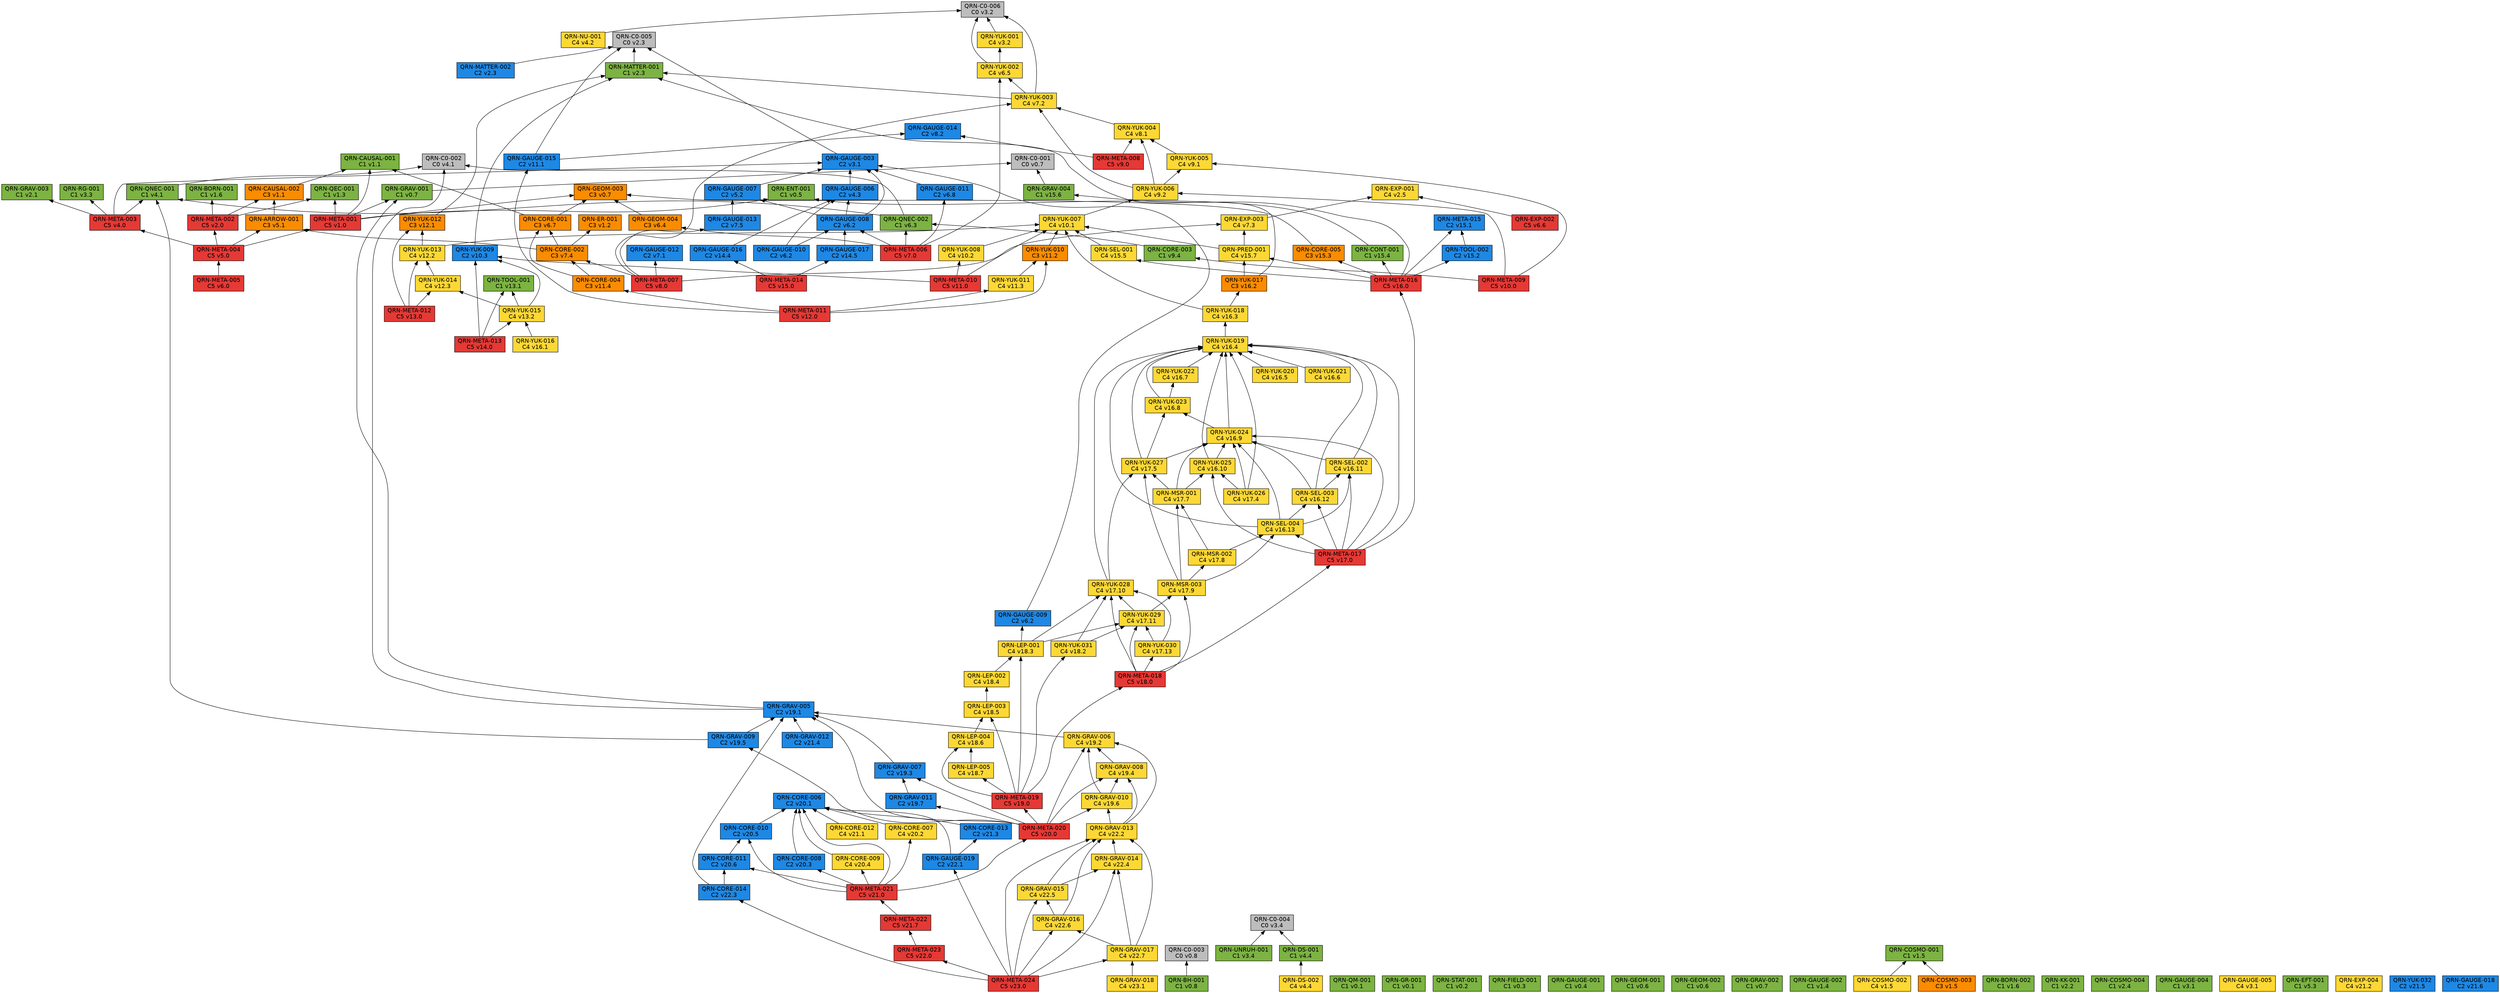
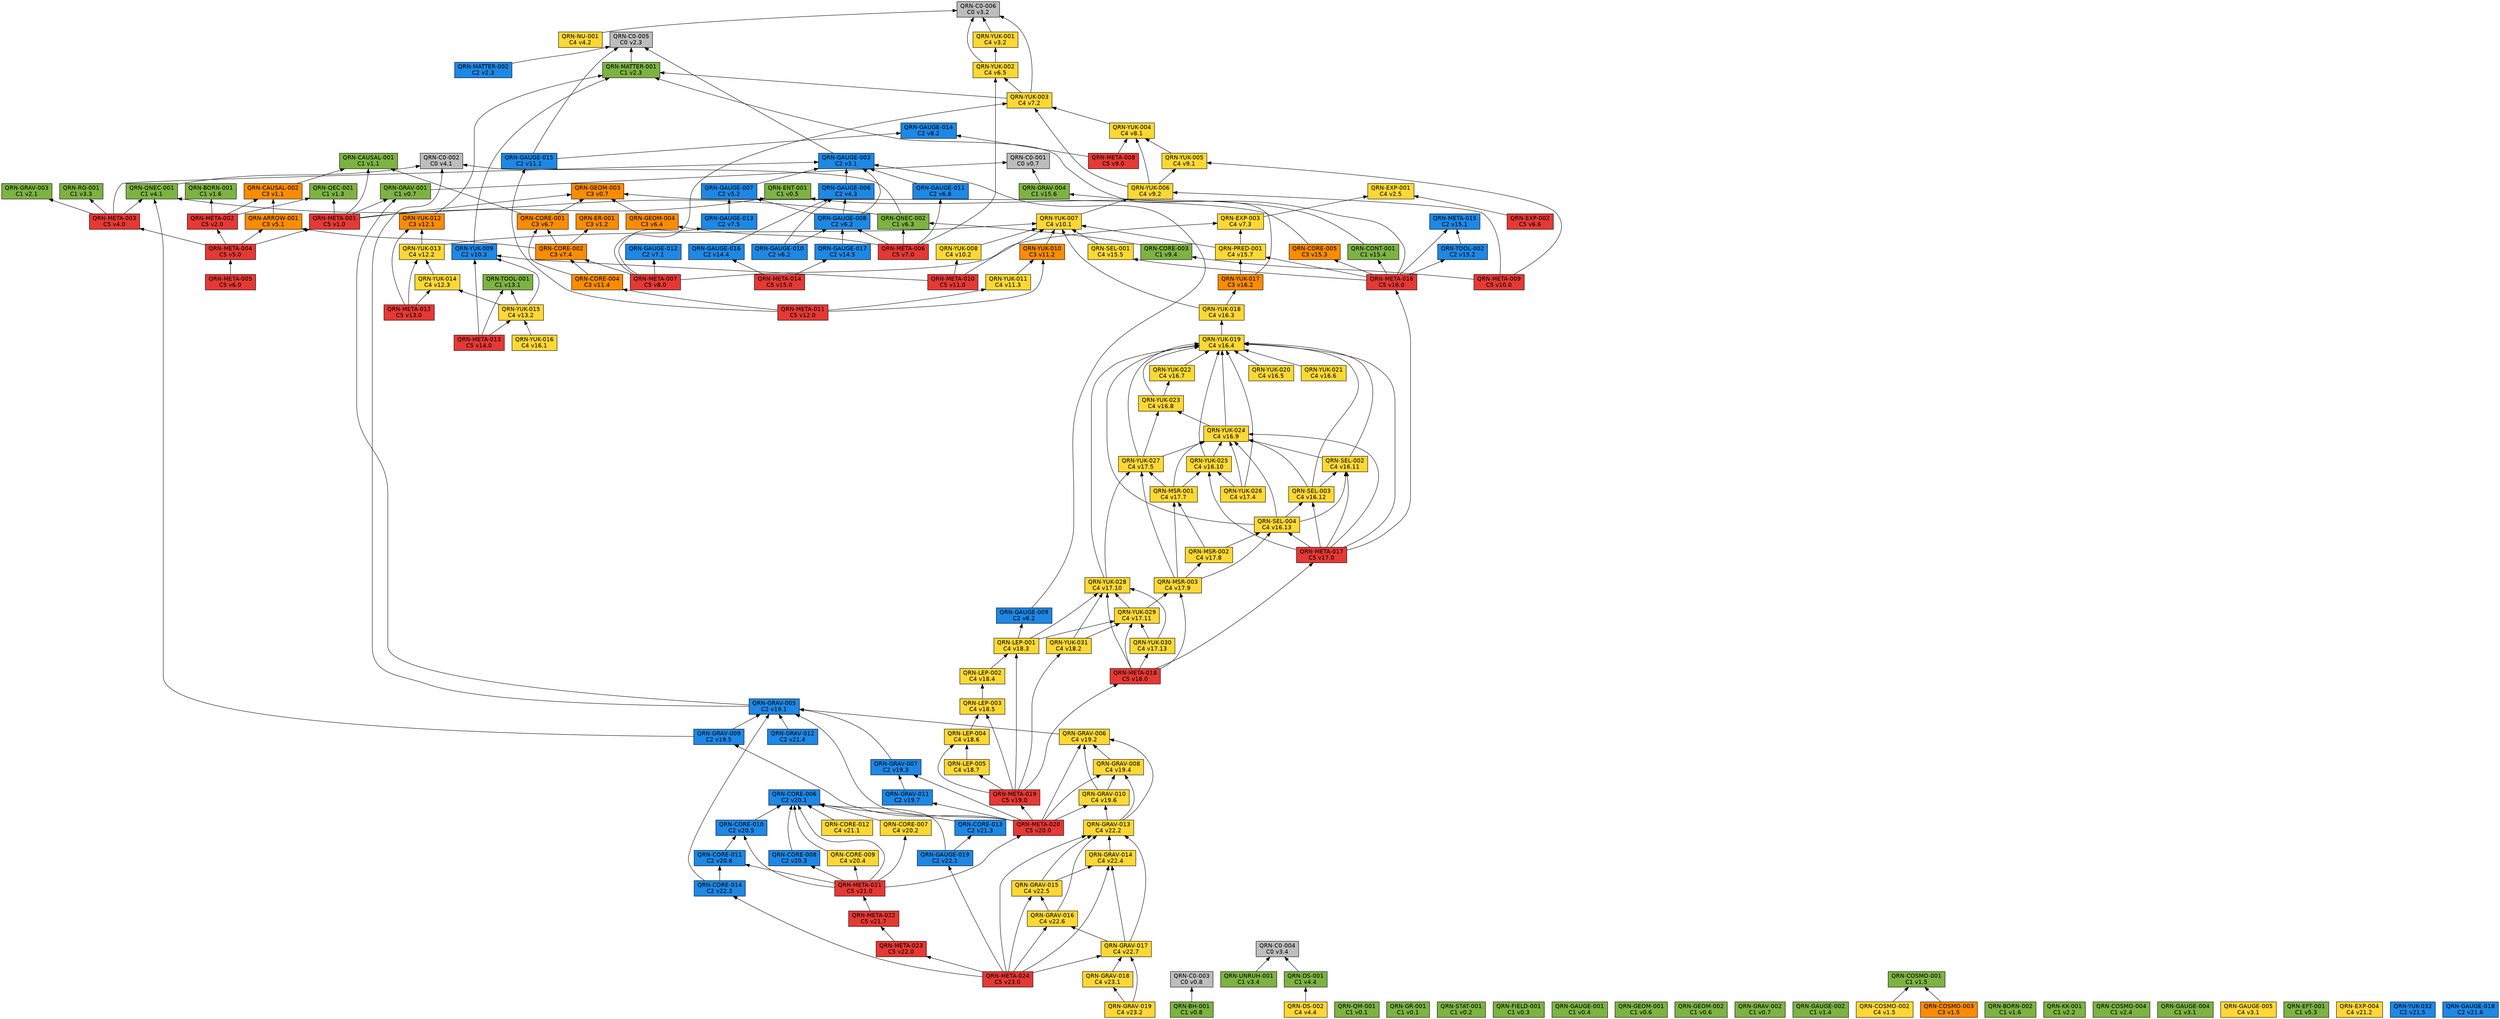
// 自動生成 (dag/report.pl) — QRN 主張依存グラフ
digraph qrn {
  rankdir=BT;
  node [shape=box, style=filled, fontname="Helvetica"];
  "QRN-C0-001" [fillcolor="#bdbdbd", label="QRN-C0-001\nC0 v0.7"];
  "QRN-C0-002" [fillcolor="#bdbdbd", label="QRN-C0-002\nC0 v4.1"];
  "QRN-C0-003" [fillcolor="#bdbdbd", label="QRN-C0-003\nC0 v0.8"];
  "QRN-C0-004" [fillcolor="#bdbdbd", label="QRN-C0-004\nC0 v3.4"];
  "QRN-C0-005" [fillcolor="#bdbdbd", label="QRN-C0-005\nC0 v2.3"];
  "QRN-C0-006" [fillcolor="#bdbdbd", label="QRN-C0-006\nC0 v3.2"];
  "QRN-QM-001" [fillcolor="#7cb342", label="QRN-QM-001\nC1 v0.1"];
  "QRN-GR-001" [fillcolor="#7cb342", label="QRN-GR-001\nC1 v0.1"];
  "QRN-STAT-001" [fillcolor="#7cb342", label="QRN-STAT-001\nC1 v0.2"];
  "QRN-FIELD-001" [fillcolor="#7cb342", label="QRN-FIELD-001\nC1 v0.3"];
  "QRN-GAUGE-001" [fillcolor="#7cb342", label="QRN-GAUGE-001\nC1 v0.4"];
  "QRN-ENT-001" [fillcolor="#7cb342", label="QRN-ENT-001\nC1 v0.5"];
  "QRN-GEOM-001" [fillcolor="#7cb342", label="QRN-GEOM-001\nC1 v0.6"];
  "QRN-GEOM-002" [fillcolor="#7cb342", label="QRN-GEOM-002\nC1 v0.6"];
  "QRN-GEOM-003" [fillcolor="#fb8c00", label="QRN-GEOM-003\nC3 v0.7"];
  "QRN-GRAV-001" [fillcolor="#7cb342", label="QRN-GRAV-001\nC1 v0.7"];
  "QRN-GRAV-002" [fillcolor="#7cb342", label="QRN-GRAV-002\nC1 v0.7"];
  "QRN-BH-001" [fillcolor="#7cb342", label="QRN-BH-001\nC1 v0.8"];
  "QRN-CAUSAL-001" [fillcolor="#7cb342", label="QRN-CAUSAL-001\nC1 v1.1"];
  "QRN-CAUSAL-002" [fillcolor="#fb8c00", label="QRN-CAUSAL-002\nC3 v1.1"];
  "QRN-ER-001" [fillcolor="#fb8c00", label="QRN-ER-001\nC3 v1.2"];
  "QRN-QEC-001" [fillcolor="#7cb342", label="QRN-QEC-001\nC1 v1.3"];
  "QRN-GAUGE-002" [fillcolor="#7cb342", label="QRN-GAUGE-002\nC1 v1.4"];
  "QRN-COSMO-001" [fillcolor="#7cb342", label="QRN-COSMO-001\nC1 v1.5"];
  "QRN-COSMO-002" [fillcolor="#fdd835", label="QRN-COSMO-002\nC4 v1.5"];
  "QRN-COSMO-003" [fillcolor="#fb8c00", label="QRN-COSMO-003\nC3 v1.5"];
  "QRN-BORN-001" [fillcolor="#7cb342", label="QRN-BORN-001\nC1 v1.6"];
  "QRN-BORN-002" [fillcolor="#7cb342", label="QRN-BORN-002\nC1 v1.6"];
  "QRN-GRAV-003" [fillcolor="#7cb342", label="QRN-GRAV-003\nC1 v2.1"];
  "QRN-KK-001" [fillcolor="#7cb342", label="QRN-KK-001\nC1 v2.2"];
  "QRN-MATTER-001" [fillcolor="#7cb342", label="QRN-MATTER-001\nC1 v2.3"];
  "QRN-MATTER-002" [fillcolor="#1e88e5", label="QRN-MATTER-002\nC2 v2.3"];
  "QRN-COSMO-004" [fillcolor="#7cb342", label="QRN-COSMO-004\nC1 v2.4"];
  "QRN-EXP-001" [fillcolor="#fdd835", label="QRN-EXP-001\nC4 v2.5"];
  "QRN-GAUGE-003" [fillcolor="#1e88e5", label="QRN-GAUGE-003\nC2 v3.1"];
  "QRN-GAUGE-004" [fillcolor="#7cb342", label="QRN-GAUGE-004\nC1 v3.1"];
  "QRN-GAUGE-005" [fillcolor="#fdd835", label="QRN-GAUGE-005\nC4 v3.1"];
  "QRN-YUK-001" [fillcolor="#fdd835", label="QRN-YUK-001\nC4 v3.2"];
  "QRN-RG-001" [fillcolor="#7cb342", label="QRN-RG-001\nC1 v3.3"];
  "QRN-UNRUH-001" [fillcolor="#7cb342", label="QRN-UNRUH-001\nC1 v3.4"];
  "QRN-QNEC-001" [fillcolor="#7cb342", label="QRN-QNEC-001\nC1 v4.1"];
  "QRN-NU-001" [fillcolor="#fdd835", label="QRN-NU-001\nC4 v4.2"];
  "QRN-GAUGE-006" [fillcolor="#1e88e5", label="QRN-GAUGE-006\nC2 v4.3"];
  "QRN-DS-001" [fillcolor="#7cb342", label="QRN-DS-001\nC1 v4.4"];
  "QRN-DS-002" [fillcolor="#fdd835", label="QRN-DS-002\nC4 v4.4"];
  "QRN-ARROW-001" [fillcolor="#fb8c00", label="QRN-ARROW-001\nC3 v5.1"];
  "QRN-GAUGE-007" [fillcolor="#1e88e5", label="QRN-GAUGE-007\nC2 v5.2"];
  "QRN-EFT-001" [fillcolor="#7cb342", label="QRN-EFT-001\nC1 v5.3"];
  "QRN-GAUGE-008" [fillcolor="#1e88e5", label="QRN-GAUGE-008\nC2 v6.2"];
  "QRN-GAUGE-009" [fillcolor="#1e88e5", label="QRN-GAUGE-009\nC2 v6.2"];
  "QRN-GAUGE-010" [fillcolor="#1e88e5", label="QRN-GAUGE-010\nC2 v6.2"];
  "QRN-QNEC-002" [fillcolor="#7cb342", label="QRN-QNEC-002\nC1 v6.3"];
  "QRN-GEOM-004" [fillcolor="#fb8c00", label="QRN-GEOM-004\nC3 v6.4"];
  "QRN-YUK-002" [fillcolor="#fdd835", label="QRN-YUK-002\nC4 v6.5"];
  "QRN-EXP-002" [fillcolor="#e53935", label="QRN-EXP-002\nC5 v6.6"];
  "QRN-CORE-001" [fillcolor="#fb8c00", label="QRN-CORE-001\nC3 v6.7"];
  "QRN-GAUGE-011" [fillcolor="#1e88e5", label="QRN-GAUGE-011\nC2 v6.8"];
  "QRN-GAUGE-012" [fillcolor="#1e88e5", label="QRN-GAUGE-012\nC2 v7.1"];
  "QRN-YUK-003" [fillcolor="#fdd835", label="QRN-YUK-003\nC4 v7.2"];
  "QRN-EXP-003" [fillcolor="#fdd835", label="QRN-EXP-003\nC4 v7.3"];
  "QRN-CORE-002" [fillcolor="#fb8c00", label="QRN-CORE-002\nC3 v7.4"];
  "QRN-GAUGE-013" [fillcolor="#1e88e5", label="QRN-GAUGE-013\nC2 v7.5"];
  "QRN-YUK-004" [fillcolor="#fdd835", label="QRN-YUK-004\nC4 v8.1"];
  "QRN-GAUGE-014" [fillcolor="#1e88e5", label="QRN-GAUGE-014\nC2 v8.2"];
  "QRN-META-001" [fillcolor="#e53935", label="QRN-META-001\nC5 v1.0"];
  "QRN-META-002" [fillcolor="#e53935", label="QRN-META-002\nC5 v2.0"];
  "QRN-META-003" [fillcolor="#e53935", label="QRN-META-003\nC5 v4.0"];
  "QRN-META-004" [fillcolor="#e53935", label="QRN-META-004\nC5 v5.0"];
  "QRN-META-005" [fillcolor="#e53935", label="QRN-META-005\nC5 v6.0"];
  "QRN-META-006" [fillcolor="#e53935", label="QRN-META-006\nC5 v7.0"];
  "QRN-META-007" [fillcolor="#e53935", label="QRN-META-007\nC5 v8.0"];
  "QRN-META-008" [fillcolor="#e53935", label="QRN-META-008\nC5 v9.0"];
  "QRN-YUK-005" [fillcolor="#fdd835", label="QRN-YUK-005\nC4 v9.1"];
  "QRN-YUK-006" [fillcolor="#fdd835", label="QRN-YUK-006\nC4 v9.2"];
  "QRN-CORE-003" [fillcolor="#7cb342", label="QRN-CORE-003\nC1 v9.4"];
  "QRN-META-009" [fillcolor="#e53935", label="QRN-META-009\nC5 v10.0"];
  "QRN-YUK-007" [fillcolor="#fdd835", label="QRN-YUK-007\nC4 v10.1"];
  "QRN-YUK-008" [fillcolor="#fdd835", label="QRN-YUK-008\nC4 v10.2"];
  "QRN-YUK-009" [fillcolor="#1e88e5", label="QRN-YUK-009\nC2 v10.3"];
  "QRN-META-010" [fillcolor="#e53935", label="QRN-META-010\nC5 v11.0"];
  "QRN-GAUGE-015" [fillcolor="#1e88e5", label="QRN-GAUGE-015\nC2 v11.1"];
  "QRN-YUK-010" [fillcolor="#fb8c00", label="QRN-YUK-010\nC3 v11.2"];
  "QRN-YUK-011" [fillcolor="#fdd835", label="QRN-YUK-011\nC4 v11.3"];
  "QRN-CORE-004" [fillcolor="#fb8c00", label="QRN-CORE-004\nC3 v11.4"];
  "QRN-META-011" [fillcolor="#e53935", label="QRN-META-011\nC5 v12.0"];
  "QRN-YUK-012" [fillcolor="#fb8c00", label="QRN-YUK-012\nC3 v12.1"];
  "QRN-YUK-013" [fillcolor="#fdd835", label="QRN-YUK-013\nC4 v12.2"];
  "QRN-YUK-014" [fillcolor="#fdd835", label="QRN-YUK-014\nC4 v12.3"];
  "QRN-META-012" [fillcolor="#e53935", label="QRN-META-012\nC5 v13.0"];
  "QRN-TOOL-001" [fillcolor="#7cb342", label="QRN-TOOL-001\nC1 v13.1"];
  "QRN-YUK-015" [fillcolor="#fdd835", label="QRN-YUK-015\nC4 v13.2"];
  "QRN-META-013" [fillcolor="#e53935", label="QRN-META-013\nC5 v14.0"];
  "QRN-GAUGE-016" [fillcolor="#1e88e5", label="QRN-GAUGE-016\nC2 v14.4"];
  "QRN-GAUGE-017" [fillcolor="#1e88e5", label="QRN-GAUGE-017\nC2 v14.5"];
  "QRN-META-014" [fillcolor="#e53935", label="QRN-META-014\nC5 v15.0"];
  "QRN-META-015" [fillcolor="#1e88e5", label="QRN-META-015\nC2 v15.1"];
  "QRN-TOOL-002" [fillcolor="#1e88e5", label="QRN-TOOL-002\nC2 v15.2"];
  "QRN-CORE-005" [fillcolor="#fb8c00", label="QRN-CORE-005\nC3 v15.3"];
  "QRN-CONT-001" [fillcolor="#7cb342", label="QRN-CONT-001\nC1 v15.4"];
  "QRN-SEL-001" [fillcolor="#fdd835", label="QRN-SEL-001\nC4 v15.5"];
  "QRN-GRAV-004" [fillcolor="#7cb342", label="QRN-GRAV-004\nC1 v15.6"];
  "QRN-PRED-001" [fillcolor="#fdd835", label="QRN-PRED-001\nC4 v15.7"];
  "QRN-META-016" [fillcolor="#e53935", label="QRN-META-016\nC5 v16.0"];
  "QRN-YUK-016" [fillcolor="#fdd835", label="QRN-YUK-016\nC4 v16.1"];
  "QRN-YUK-017" [fillcolor="#fb8c00", label="QRN-YUK-017\nC3 v16.2"];
  "QRN-YUK-018" [fillcolor="#fdd835", label="QRN-YUK-018\nC4 v16.3"];
  "QRN-YUK-019" [fillcolor="#fdd835", label="QRN-YUK-019\nC4 v16.4"];
  "QRN-YUK-020" [fillcolor="#fdd835", label="QRN-YUK-020\nC4 v16.5"];
  "QRN-YUK-021" [fillcolor="#fdd835", label="QRN-YUK-021\nC4 v16.6"];
  "QRN-YUK-022" [fillcolor="#fdd835", label="QRN-YUK-022\nC4 v16.7"];
  "QRN-YUK-023" [fillcolor="#fdd835", label="QRN-YUK-023\nC4 v16.8"];
  "QRN-YUK-024" [fillcolor="#fdd835", label="QRN-YUK-024\nC4 v16.9"];
  "QRN-YUK-025" [fillcolor="#fdd835", label="QRN-YUK-025\nC4 v16.10"];
  "QRN-SEL-002" [fillcolor="#fdd835", label="QRN-SEL-002\nC4 v16.11"];
  "QRN-SEL-003" [fillcolor="#fdd835", label="QRN-SEL-003\nC4 v16.12"];
  "QRN-SEL-004" [fillcolor="#fdd835", label="QRN-SEL-004\nC4 v16.13"];
  "QRN-META-017" [fillcolor="#e53935", label="QRN-META-017\nC5 v17.0"];
  "QRN-YUK-026" [fillcolor="#fdd835", label="QRN-YUK-026\nC4 v17.4"];
  "QRN-YUK-027" [fillcolor="#fdd835", label="QRN-YUK-027\nC4 v17.5"];
  "QRN-MSR-001" [fillcolor="#fdd835", label="QRN-MSR-001\nC4 v17.7"];
  "QRN-MSR-002" [fillcolor="#fdd835", label="QRN-MSR-002\nC4 v17.8"];
  "QRN-MSR-003" [fillcolor="#fdd835", label="QRN-MSR-003\nC4 v17.9"];
  "QRN-YUK-028" [fillcolor="#fdd835", label="QRN-YUK-028\nC4 v17.10"];
  "QRN-YUK-029" [fillcolor="#fdd835", label="QRN-YUK-029\nC4 v17.11"];
  "QRN-YUK-030" [fillcolor="#fdd835", label="QRN-YUK-030\nC4 v17.13"];
  "QRN-META-018" [fillcolor="#e53935", label="QRN-META-018\nC5 v18.0"];
  "QRN-YUK-031" [fillcolor="#fdd835", label="QRN-YUK-031\nC4 v18.2"];
  "QRN-LEP-001" [fillcolor="#fdd835", label="QRN-LEP-001\nC4 v18.3"];
  "QRN-LEP-002" [fillcolor="#fdd835", label="QRN-LEP-002\nC4 v18.4"];
  "QRN-LEP-003" [fillcolor="#fdd835", label="QRN-LEP-003\nC4 v18.5"];
  "QRN-LEP-004" [fillcolor="#fdd835", label="QRN-LEP-004\nC4 v18.6"];
  "QRN-LEP-005" [fillcolor="#fdd835", label="QRN-LEP-005\nC4 v18.7"];
  "QRN-META-019" [fillcolor="#e53935", label="QRN-META-019\nC5 v19.0"];
  "QRN-GRAV-005" [fillcolor="#1e88e5", label="QRN-GRAV-005\nC2 v19.1"];
  "QRN-GRAV-006" [fillcolor="#fdd835", label="QRN-GRAV-006\nC4 v19.2"];
  "QRN-GRAV-007" [fillcolor="#1e88e5", label="QRN-GRAV-007\nC2 v19.3"];
  "QRN-GRAV-008" [fillcolor="#fdd835", label="QRN-GRAV-008\nC4 v19.4"];
  "QRN-GRAV-009" [fillcolor="#1e88e5", label="QRN-GRAV-009\nC2 v19.5"];
  "QRN-GRAV-010" [fillcolor="#fdd835", label="QRN-GRAV-010\nC4 v19.6"];
  "QRN-GRAV-011" [fillcolor="#1e88e5", label="QRN-GRAV-011\nC2 v19.7"];
  "QRN-META-020" [fillcolor="#e53935", label="QRN-META-020\nC5 v20.0"];
  "QRN-CORE-006" [fillcolor="#1e88e5", label="QRN-CORE-006\nC2 v20.1"];
  "QRN-CORE-007" [fillcolor="#fdd835", label="QRN-CORE-007\nC4 v20.2"];
  "QRN-CORE-008" [fillcolor="#1e88e5", label="QRN-CORE-008\nC2 v20.3"];
  "QRN-CORE-009" [fillcolor="#fdd835", label="QRN-CORE-009\nC4 v20.4"];
  "QRN-CORE-010" [fillcolor="#1e88e5", label="QRN-CORE-010\nC2 v20.5"];
  "QRN-CORE-011" [fillcolor="#1e88e5", label="QRN-CORE-011\nC2 v20.6"];
  "QRN-META-021" [fillcolor="#e53935", label="QRN-META-021\nC5 v21.0"];
  "QRN-CORE-012" [fillcolor="#fdd835", label="QRN-CORE-012\nC4 v21.1"];
  "QRN-EXP-004" [fillcolor="#fdd835", label="QRN-EXP-004\nC4 v21.2"];
  "QRN-CORE-013" [fillcolor="#1e88e5", label="QRN-CORE-013\nC2 v21.3"];
  "QRN-GRAV-012" [fillcolor="#1e88e5", label="QRN-GRAV-012\nC2 v21.4"];
  "QRN-YUK-032" [fillcolor="#1e88e5", label="QRN-YUK-032\nC2 v21.5"];
  "QRN-GAUGE-018" [fillcolor="#1e88e5", label="QRN-GAUGE-018\nC2 v21.6"];
  "QRN-META-022" [fillcolor="#e53935", label="QRN-META-022\nC5 v21.7"];
  "QRN-META-023" [fillcolor="#e53935", label="QRN-META-023\nC5 v22.0"];
  "QRN-CORE-014" [fillcolor="#1e88e5", label="QRN-CORE-014\nC2 v22.3"];
  "QRN-GRAV-013" [fillcolor="#fdd835", label="QRN-GRAV-013\nC4 v22.2"];
  "QRN-GRAV-014" [fillcolor="#fdd835", label="QRN-GRAV-014\nC4 v22.4"];
  "QRN-GRAV-015" [fillcolor="#fdd835", label="QRN-GRAV-015\nC4 v22.5"];
  "QRN-GRAV-016" [fillcolor="#fdd835", label="QRN-GRAV-016\nC4 v22.6"];
  "QRN-GRAV-017" [fillcolor="#fdd835", label="QRN-GRAV-017\nC4 v22.7"];
  "QRN-GAUGE-019" [fillcolor="#1e88e5", label="QRN-GAUGE-019\nC2 v22.1"];
  "QRN-META-024" [fillcolor="#e53935", label="QRN-META-024\nC5 v23.0"];
  "QRN-GRAV-018" [fillcolor="#fdd835", label="QRN-GRAV-018\nC4 v23.1"];
+   "QRN-GRAV-019" [fillcolor="#fdd835", label="QRN-GRAV-019\nC4 v23.2"];
  "QRN-GRAV-001" -> "QRN-C0-001";
  "QRN-BH-001" -> "QRN-C0-003";
  "QRN-CAUSAL-002" -> "QRN-CAUSAL-001";
  "QRN-COSMO-002" -> "QRN-COSMO-001";
  "QRN-COSMO-003" -> "QRN-COSMO-001";
  "QRN-MATTER-001" -> "QRN-C0-005";
  "QRN-MATTER-002" -> "QRN-C0-005";
  "QRN-GAUGE-003" -> "QRN-C0-005";
  "QRN-YUK-001" -> "QRN-C0-006";
  "QRN-UNRUH-001" -> "QRN-C0-004";
  "QRN-QNEC-001" -> "QRN-C0-002";
  "QRN-NU-001" -> "QRN-C0-006";
  "QRN-GAUGE-006" -> "QRN-GAUGE-003";
  "QRN-DS-001" -> "QRN-C0-004";
  "QRN-DS-002" -> "QRN-DS-001";
  "QRN-ARROW-001" -> "QRN-CAUSAL-002";
  "QRN-GAUGE-007" -> "QRN-GAUGE-003";
  "QRN-GAUGE-008" -> "QRN-GAUGE-003";
  "QRN-GAUGE-008" -> "QRN-GAUGE-006";
  "QRN-GAUGE-008" -> "QRN-GAUGE-007";
  "QRN-GAUGE-009" -> "QRN-GAUGE-003";
  "QRN-GAUGE-010" -> "QRN-GAUGE-006";
  "QRN-GAUGE-010" -> "QRN-GAUGE-008";
  "QRN-QNEC-002" -> "QRN-C0-002";
  "QRN-QNEC-002" -> "QRN-QNEC-001";
  "QRN-GEOM-004" -> "QRN-GEOM-003";
  "QRN-YUK-002" -> "QRN-C0-006";
  "QRN-YUK-002" -> "QRN-YUK-001";
  "QRN-EXP-002" -> "QRN-EXP-001";
  "QRN-CORE-001" -> "QRN-GEOM-003";
  "QRN-CORE-001" -> "QRN-CAUSAL-001";
  "QRN-GAUGE-011" -> "QRN-GAUGE-003";
  "QRN-YUK-003" -> "QRN-C0-006";
  "QRN-YUK-003" -> "QRN-MATTER-001";
  "QRN-YUK-003" -> "QRN-YUK-002";
  "QRN-EXP-003" -> "QRN-EXP-001";
  "QRN-CORE-002" -> "QRN-CORE-001";
  "QRN-CORE-002" -> "QRN-ER-001";
  "QRN-CORE-002" -> "QRN-ARROW-001";
  "QRN-GAUGE-013" -> "QRN-GAUGE-007";
  "QRN-YUK-004" -> "QRN-YUK-003";
  "QRN-META-001" -> "QRN-GEOM-003";
  "QRN-META-001" -> "QRN-GRAV-001";
  "QRN-META-001" -> "QRN-CAUSAL-001";
  "QRN-META-001" -> "QRN-QEC-001";
  "QRN-META-001" -> "QRN-ENT-001";
  "QRN-META-002" -> "QRN-QEC-001";
  "QRN-META-002" -> "QRN-BORN-001";
  "QRN-META-002" -> "QRN-CAUSAL-002";
  "QRN-META-003" -> "QRN-GAUGE-003";
  "QRN-META-003" -> "QRN-RG-001";
  "QRN-META-003" -> "QRN-QNEC-001";
  "QRN-META-003" -> "QRN-GRAV-003";
  "QRN-META-004" -> "QRN-META-001";
  "QRN-META-004" -> "QRN-META-002";
  "QRN-META-004" -> "QRN-META-003";
  "QRN-META-004" -> "QRN-ARROW-001";
  "QRN-META-005" -> "QRN-META-004";
  "QRN-META-006" -> "QRN-GAUGE-008";
  "QRN-META-006" -> "QRN-QNEC-002";
  "QRN-META-006" -> "QRN-GEOM-004";
  "QRN-META-006" -> "QRN-YUK-002";
  "QRN-META-006" -> "QRN-GAUGE-011";
  "QRN-META-007" -> "QRN-GAUGE-012";
  "QRN-META-007" -> "QRN-YUK-003";
  "QRN-META-007" -> "QRN-EXP-003";
  "QRN-META-007" -> "QRN-CORE-002";
  "QRN-META-007" -> "QRN-GAUGE-013";
  "QRN-META-008" -> "QRN-YUK-004";
  "QRN-META-008" -> "QRN-GAUGE-014";
  "QRN-YUK-005" -> "QRN-YUK-004";
  "QRN-YUK-006" -> "QRN-YUK-003";
  "QRN-YUK-006" -> "QRN-YUK-004";
  "QRN-YUK-006" -> "QRN-YUK-005";
  "QRN-CORE-003" -> "QRN-QNEC-002";
  "QRN-META-009" -> "QRN-YUK-005";
  "QRN-META-009" -> "QRN-YUK-006";
  "QRN-META-009" -> "QRN-CORE-003";
  "QRN-YUK-007" -> "QRN-YUK-006";
  "QRN-YUK-008" -> "QRN-YUK-007";
  "QRN-YUK-009" -> "QRN-MATTER-001";
  "QRN-META-010" -> "QRN-YUK-007";
  "QRN-META-010" -> "QRN-YUK-008";
  "QRN-META-010" -> "QRN-YUK-009";
  "QRN-GAUGE-015" -> "QRN-C0-005";
  "QRN-GAUGE-015" -> "QRN-GAUGE-014";
  "QRN-YUK-010" -> "QRN-YUK-007";
  "QRN-YUK-011" -> "QRN-YUK-010";
  "QRN-CORE-004" -> "QRN-CORE-001";
  "QRN-CORE-004" -> "QRN-CORE-002";
  "QRN-META-011" -> "QRN-GAUGE-015";
  "QRN-META-011" -> "QRN-YUK-010";
  "QRN-META-011" -> "QRN-YUK-011";
  "QRN-META-011" -> "QRN-CORE-004";
  "QRN-YUK-012" -> "QRN-MATTER-001";
  "QRN-YUK-013" -> "QRN-YUK-012";
  "QRN-YUK-013" -> "QRN-YUK-007";
  "QRN-YUK-014" -> "QRN-YUK-013";
  "QRN-META-012" -> "QRN-YUK-012";
  "QRN-META-012" -> "QRN-YUK-013";
  "QRN-META-012" -> "QRN-YUK-014";
  "QRN-YUK-015" -> "QRN-YUK-014";
  "QRN-YUK-015" -> "QRN-TOOL-001";
  "QRN-YUK-015" -> "QRN-YUK-009";
  "QRN-META-013" -> "QRN-YUK-015";
  "QRN-META-013" -> "QRN-TOOL-001";
  "QRN-META-013" -> "QRN-YUK-009";
  "QRN-GAUGE-016" -> "QRN-GAUGE-006";
  "QRN-GAUGE-017" -> "QRN-GAUGE-008";
  "QRN-META-014" -> "QRN-GAUGE-016";
  "QRN-META-014" -> "QRN-GAUGE-017";
  "QRN-TOOL-002" -> "QRN-META-015";
  "QRN-CORE-005" -> "QRN-GEOM-003";
  "QRN-CONT-001" -> "QRN-ENT-001";
  "QRN-SEL-001" -> "QRN-YUK-007";
  "QRN-GRAV-004" -> "QRN-C0-001";
  "QRN-PRED-001" -> "QRN-YUK-007";
  "QRN-PRED-001" -> "QRN-EXP-003";
  "QRN-META-016" -> "QRN-META-015";
  "QRN-META-016" -> "QRN-TOOL-002";
  "QRN-META-016" -> "QRN-CORE-005";
  "QRN-META-016" -> "QRN-CONT-001";
  "QRN-META-016" -> "QRN-SEL-001";
  "QRN-META-016" -> "QRN-GRAV-004";
  "QRN-META-016" -> "QRN-PRED-001";
  "QRN-YUK-016" -> "QRN-YUK-015";
  "QRN-YUK-017" -> "QRN-MATTER-001";
  "QRN-YUK-017" -> "QRN-PRED-001";
  "QRN-YUK-018" -> "QRN-YUK-017";
  "QRN-YUK-018" -> "QRN-YUK-007";
  "QRN-YUK-019" -> "QRN-YUK-018";
  "QRN-YUK-020" -> "QRN-YUK-019";
  "QRN-YUK-021" -> "QRN-YUK-019";
  "QRN-YUK-022" -> "QRN-YUK-019";
  "QRN-YUK-023" -> "QRN-YUK-019";
  "QRN-YUK-023" -> "QRN-YUK-022";
  "QRN-YUK-024" -> "QRN-YUK-019";
  "QRN-YUK-024" -> "QRN-YUK-023";
  "QRN-YUK-025" -> "QRN-YUK-019";
  "QRN-YUK-025" -> "QRN-YUK-024";
  "QRN-SEL-002" -> "QRN-YUK-019";
  "QRN-SEL-002" -> "QRN-YUK-024";
  "QRN-SEL-003" -> "QRN-YUK-019";
  "QRN-SEL-003" -> "QRN-YUK-024";
  "QRN-SEL-003" -> "QRN-SEL-002";
  "QRN-SEL-004" -> "QRN-YUK-019";
  "QRN-SEL-004" -> "QRN-YUK-024";
  "QRN-SEL-004" -> "QRN-SEL-002";
  "QRN-SEL-004" -> "QRN-SEL-003";
  "QRN-META-017" -> "QRN-META-016";
  "QRN-META-017" -> "QRN-YUK-019";
  "QRN-META-017" -> "QRN-YUK-024";
  "QRN-META-017" -> "QRN-YUK-025";
  "QRN-META-017" -> "QRN-SEL-002";
  "QRN-META-017" -> "QRN-SEL-003";
  "QRN-META-017" -> "QRN-SEL-004";
  "QRN-YUK-026" -> "QRN-YUK-019";
  "QRN-YUK-026" -> "QRN-YUK-024";
  "QRN-YUK-026" -> "QRN-YUK-025";
  "QRN-YUK-027" -> "QRN-YUK-019";
  "QRN-YUK-027" -> "QRN-YUK-023";
  "QRN-YUK-027" -> "QRN-YUK-024";
  "QRN-MSR-001" -> "QRN-YUK-024";
  "QRN-MSR-001" -> "QRN-YUK-025";
  "QRN-MSR-001" -> "QRN-YUK-027";
  "QRN-MSR-002" -> "QRN-SEL-004";
  "QRN-MSR-002" -> "QRN-MSR-001";
  "QRN-MSR-003" -> "QRN-MSR-001";
  "QRN-MSR-003" -> "QRN-MSR-002";
  "QRN-MSR-003" -> "QRN-SEL-004";
  "QRN-MSR-003" -> "QRN-YUK-027";
  "QRN-YUK-028" -> "QRN-YUK-019";
  "QRN-YUK-028" -> "QRN-YUK-027";
  "QRN-YUK-029" -> "QRN-YUK-028";
  "QRN-YUK-029" -> "QRN-MSR-003";
  "QRN-YUK-030" -> "QRN-YUK-028";
  "QRN-YUK-030" -> "QRN-YUK-029";
  "QRN-META-018" -> "QRN-META-017";
  "QRN-META-018" -> "QRN-MSR-003";
  "QRN-META-018" -> "QRN-YUK-028";
  "QRN-META-018" -> "QRN-YUK-029";
  "QRN-META-018" -> "QRN-YUK-030";
  "QRN-YUK-031" -> "QRN-YUK-028";
  "QRN-YUK-031" -> "QRN-YUK-029";
  "QRN-LEP-001" -> "QRN-YUK-028";
  "QRN-LEP-001" -> "QRN-YUK-029";
  "QRN-LEP-001" -> "QRN-GAUGE-009";
  "QRN-LEP-002" -> "QRN-LEP-001";
  "QRN-LEP-003" -> "QRN-LEP-002";
  "QRN-LEP-004" -> "QRN-LEP-003";
  "QRN-LEP-005" -> "QRN-LEP-004";
  "QRN-META-019" -> "QRN-META-018";
  "QRN-META-019" -> "QRN-YUK-031";
  "QRN-META-019" -> "QRN-LEP-001";
  "QRN-META-019" -> "QRN-LEP-003";
  "QRN-META-019" -> "QRN-LEP-004";
  "QRN-META-019" -> "QRN-LEP-005";
  "QRN-GRAV-005" -> "QRN-C0-002";
  "QRN-GRAV-005" -> "QRN-GRAV-001";
  "QRN-GRAV-006" -> "QRN-GRAV-005";
  "QRN-GRAV-007" -> "QRN-GRAV-005";
  "QRN-GRAV-008" -> "QRN-GRAV-006";
  "QRN-GRAV-009" -> "QRN-GRAV-005";
  "QRN-GRAV-009" -> "QRN-QNEC-001";
  "QRN-GRAV-010" -> "QRN-GRAV-006";
  "QRN-GRAV-010" -> "QRN-GRAV-008";
  "QRN-GRAV-011" -> "QRN-GRAV-007";
  "QRN-META-020" -> "QRN-META-019";
  "QRN-META-020" -> "QRN-GRAV-005";
  "QRN-META-020" -> "QRN-GRAV-006";
  "QRN-META-020" -> "QRN-GRAV-007";
  "QRN-META-020" -> "QRN-GRAV-008";
  "QRN-META-020" -> "QRN-GRAV-009";
  "QRN-META-020" -> "QRN-GRAV-010";
  "QRN-META-020" -> "QRN-GRAV-011";
  "QRN-CORE-007" -> "QRN-CORE-006";
  "QRN-CORE-008" -> "QRN-CORE-006";
  "QRN-CORE-009" -> "QRN-CORE-006";
  "QRN-CORE-010" -> "QRN-CORE-006";
  "QRN-CORE-011" -> "QRN-CORE-010";
  "QRN-META-021" -> "QRN-META-020";
  "QRN-META-021" -> "QRN-CORE-006";
  "QRN-META-021" -> "QRN-CORE-007";
  "QRN-META-021" -> "QRN-CORE-008";
  "QRN-META-021" -> "QRN-CORE-009";
  "QRN-META-021" -> "QRN-CORE-010";
  "QRN-META-021" -> "QRN-CORE-011";
  "QRN-CORE-012" -> "QRN-CORE-006";
  "QRN-CORE-013" -> "QRN-CORE-006";
  "QRN-GRAV-012" -> "QRN-GRAV-005";
  "QRN-META-022" -> "QRN-META-021";
  "QRN-META-023" -> "QRN-META-022";
  "QRN-CORE-014" -> "QRN-CORE-011";
  "QRN-CORE-014" -> "QRN-GRAV-005";
  "QRN-GRAV-013" -> "QRN-GRAV-006";
  "QRN-GRAV-013" -> "QRN-GRAV-008";
  "QRN-GRAV-013" -> "QRN-GRAV-010";
  "QRN-GRAV-014" -> "QRN-GRAV-013";
  "QRN-GRAV-015" -> "QRN-GRAV-013";
  "QRN-GRAV-015" -> "QRN-GRAV-014";
  "QRN-GRAV-016" -> "QRN-GRAV-013";
  "QRN-GRAV-016" -> "QRN-GRAV-015";
  "QRN-GRAV-017" -> "QRN-GRAV-013";
  "QRN-GRAV-017" -> "QRN-GRAV-014";
  "QRN-GRAV-017" -> "QRN-GRAV-016";
  "QRN-GAUGE-019" -> "QRN-CORE-006";
  "QRN-GAUGE-019" -> "QRN-CORE-013";
  "QRN-META-024" -> "QRN-CORE-014";
  "QRN-META-024" -> "QRN-GRAV-013";
  "QRN-META-024" -> "QRN-GRAV-014";
  "QRN-META-024" -> "QRN-GRAV-015";
  "QRN-META-024" -> "QRN-GRAV-016";
  "QRN-META-024" -> "QRN-GRAV-017";
  "QRN-META-024" -> "QRN-GAUGE-019";
  "QRN-META-024" -> "QRN-META-023";
  "QRN-GRAV-018" -> "QRN-GRAV-017";
+   "QRN-GRAV-019" -> "QRN-GRAV-017";
+   "QRN-GRAV-019" -> "QRN-GRAV-018";
}
